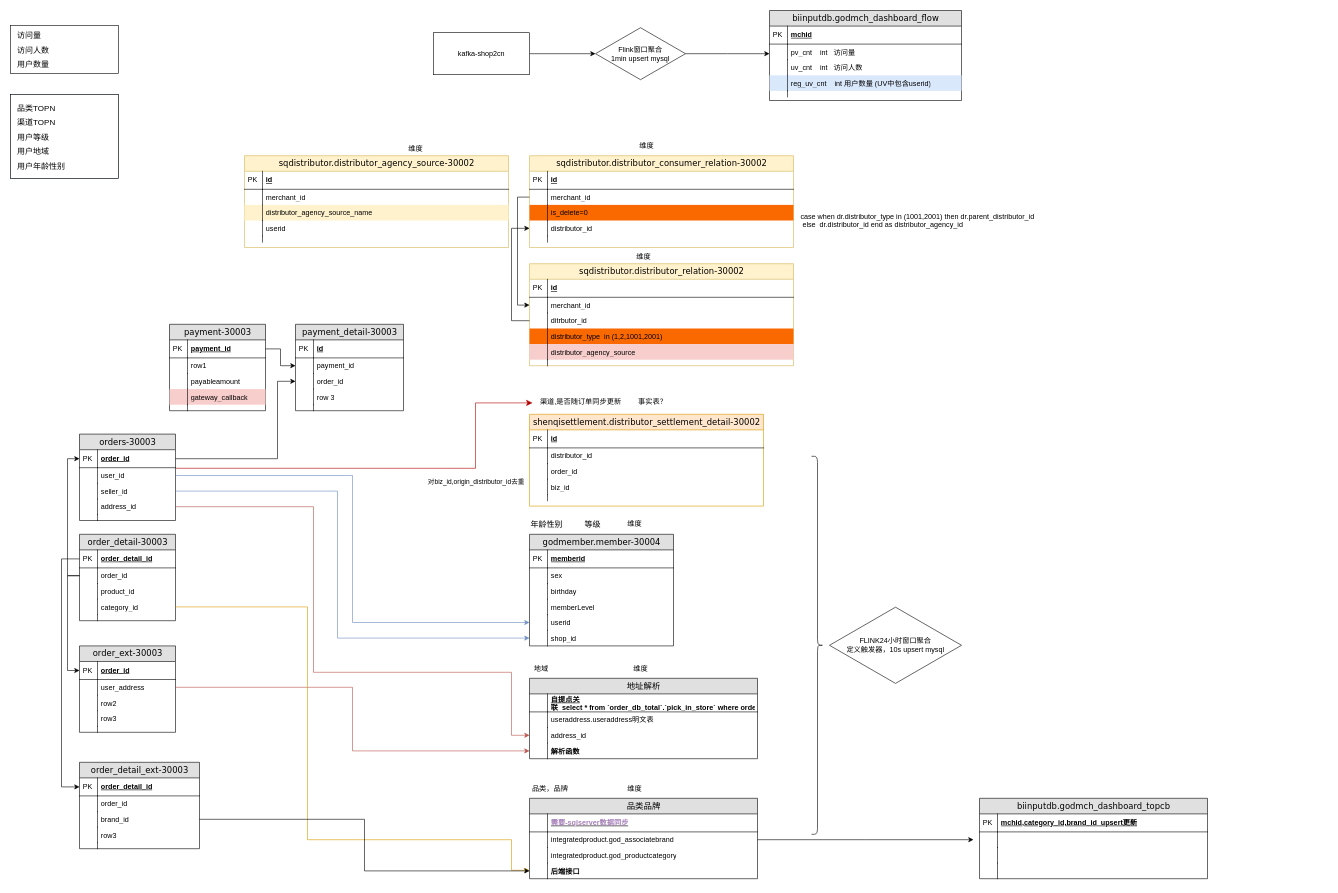
Earlier version of the draw.io diagram 未命名绘图.drawio (langfu54/BigData-Drawings). Source tidied: cells renumbered, new cells numbered last; positions are measured from the earlier drawing's top-left corner, leaving out a move shared by most shapes. Both pictures are drawn from the tidied source at 60%, with x=0, y=0 at pixel (10, 10).
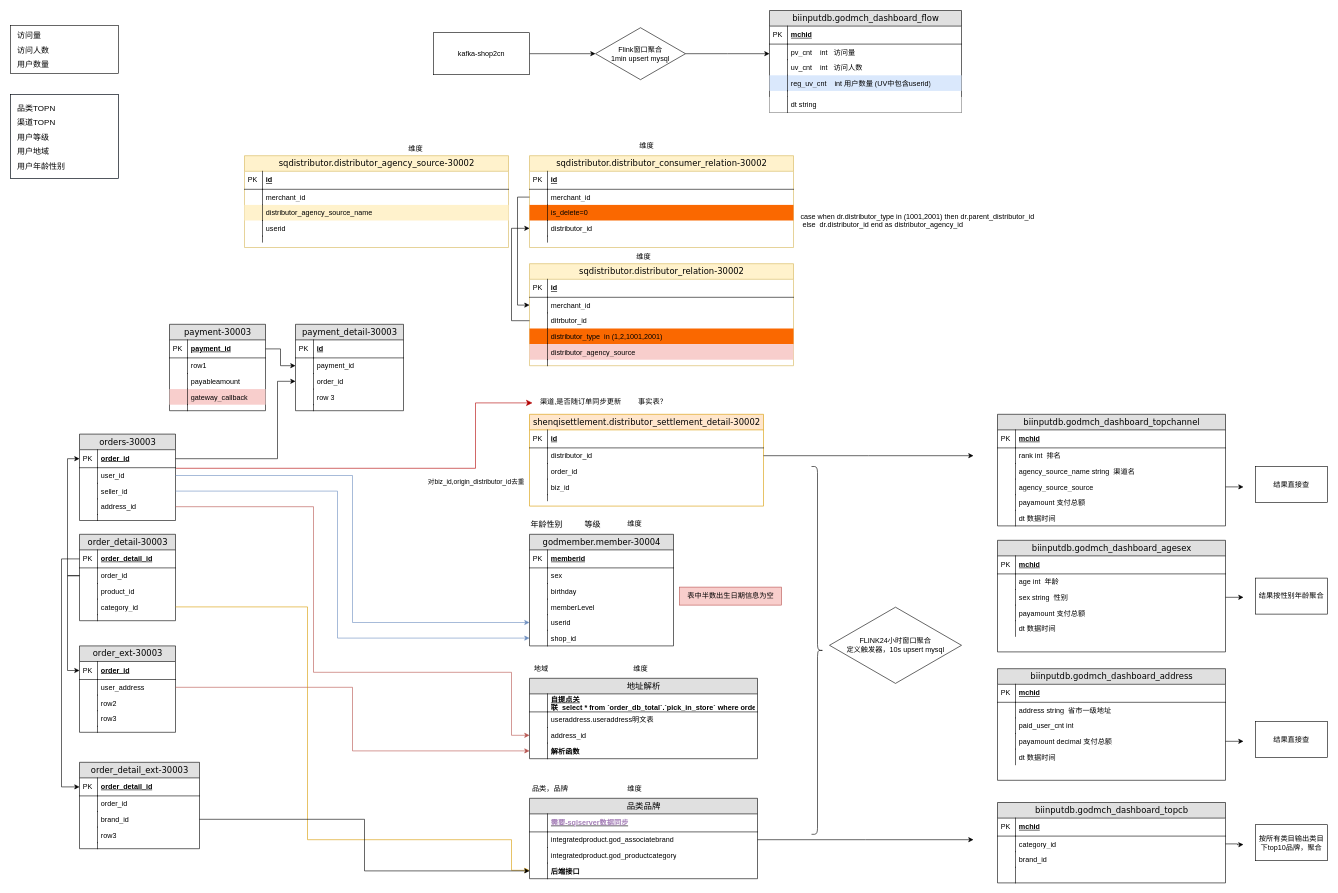
Above is the later version.

Commit message (it also covers changes not shown here):
更新未命名绘图.drawio

The change refers to these unchanged cells:
```xml
<mxCell id="69" value="distributor_id" style="shape=partialRectangle;top=0;left=0;right=0;bottom=0;html=1;align=left;verticalAlign=top;fillColor=none;spacingLeft=34;spacingRight=4;whiteSpace=wrap;overflow=hidden;points=[[0,0.5],[1,0.5]];portConstraint=eastwest;" parent="66" vertex="1">
  <mxGeometry y="56" width="390" height="26" as="geometry" />
</mxCell>
```

Change to the diagram source:
```diff
@@
     <mxCell id="19" value="biinputdb.godmch_dashboard_flow" style="swimlane;html=1;fontStyle=0;horizontal=1;startSize=26;fillColor=#e0e0e0;swimlaneFillColor=#ffffff;align=center;rounded=0;shadow=0;comic=0;labelBackgroundColor=none;strokeWidth=1;fontFamily=Verdana;fontSize=14;swimlaneLine=1;" parent="1" vertex="1">
-      <mxGeometry x="1265" width="320" height="150" as="geometry" />
+      <mxGeometry x="1265" width="320" height="170" as="geometry" />
     </mxCell>
@@
+    <mxCell id="207" value="dt string&amp;nbsp;" style="shape=partialRectangle;top=0;left=0;right=0;bottom=0;html=1;align=left;verticalAlign=top;spacingLeft=34;spacingRight=4;whiteSpace=wrap;overflow=hidden;" parent="19" vertex="1">
+      <mxGeometry y="144" width="320" height="26" as="geometry" />
+    </mxCell>
+    <mxCell id="208" style="shape=partialRectangle;top=0;left=0;bottom=0;html=1;fillColor=none;align=left;verticalAlign=top;spacingLeft=4;spacingRight=4;whiteSpace=wrap;overflow=hidden;" parent="207" vertex="1">
+      <mxGeometry width="30" height="26" as="geometry" />
+    </mxCell>
@@
     <mxCell id="146" style="shape=curlyBracket;whiteSpace=wrap;html=1;rounded=1;flipH=1;labelPosition=right;verticalLabelPosition=middle;align=left;verticalAlign=middle;fontColor=#A680B8;" parent="1" vertex="1">
-      <mxGeometry x="1335" y="743" width="20" height="630" as="geometry" />
+      <mxGeometry x="1335" y="760" width="20" height="613" as="geometry" />
     </mxCell>
@@
     <mxCell id="152" value="biinputdb.godmch_dashboard_topcb" style="swimlane;html=1;fontStyle=0;horizontal=1;startSize=26;fillColor=#e0e0e0;swimlaneFillColor=#ffffff;align=center;rounded=0;shadow=0;comic=0;labelBackgroundColor=none;strokeWidth=1;fontFamily=Verdana;fontSize=14;" parent="1" vertex="1">
-      <mxGeometry x="1615" y="1313" width="380" height="134" as="geometry" />
+      <mxGeometry x="1645" y="1320" width="380" height="134" as="geometry" />
     </mxCell>
-    <mxCell id="153" value="mchid,category_id,brand_id&amp;nbsp; upsert更新" style="shape=partialRectangle;top=0;left=0;right=0;bottom=1;html=1;align=left;verticalAlign=middle;fillColor=none;spacingLeft=34;spacingRight=4;whiteSpace=wrap;overflow=hidden;fontStyle=5;" parent="152" vertex="1">
+    <mxCell id="153" value="mchid" style="shape=partialRectangle;top=0;left=0;right=0;bottom=1;html=1;align=left;verticalAlign=middle;fillColor=none;spacingLeft=34;spacingRight=4;whiteSpace=wrap;overflow=hidden;fontStyle=5;" parent="152" vertex="1">
       <mxGeometry y="26" width="380" height="30" as="geometry" />
     </mxCell>
@@
-    <mxCell id="155" style="shape=partialRectangle;top=0;left=0;right=0;bottom=0;html=1;align=left;verticalAlign=top;fillColor=none;spacingLeft=34;spacingRight=4;whiteSpace=wrap;overflow=hidden;points=[[0,0.5],[1,0.5]];portConstraint=eastwest;" parent="152" vertex="1">
+    <mxCell id="155" value="category_id&amp;nbsp;" style="shape=partialRectangle;top=0;left=0;right=0;bottom=0;html=1;align=left;verticalAlign=top;fillColor=none;spacingLeft=34;spacingRight=4;whiteSpace=wrap;overflow=hidden;points=[[0,0.5],[1,0.5]];portConstraint=eastwest;" parent="152" vertex="1">
       <mxGeometry y="56" width="380" height="26" as="geometry" />
     </mxCell>
@@
-    <mxCell id="157" style="shape=partialRectangle;top=0;left=0;right=0;bottom=0;html=1;align=left;verticalAlign=top;fillColor=none;spacingLeft=34;spacingRight=4;whiteSpace=wrap;overflow=hidden;" parent="152" vertex="1">
+    <mxCell id="157" value="brand_id" style="shape=partialRectangle;top=0;left=0;right=0;bottom=0;html=1;align=left;verticalAlign=top;fillColor=none;spacingLeft=34;spacingRight=4;whiteSpace=wrap;overflow=hidden;" parent="152" vertex="1">
       <mxGeometry y="82" width="380" height="26" as="geometry" />
     </mxCell>
@@
+    <mxCell id="209" value="biinputdb.godmch_dashboard_topchannel" style="swimlane;html=1;fontStyle=0;horizontal=1;startSize=26;fillColor=#e0e0e0;swimlaneFillColor=#ffffff;align=center;rounded=0;shadow=0;comic=0;labelBackgroundColor=none;strokeWidth=1;fontFamily=Verdana;fontSize=14;" parent="1" vertex="1">
+      <mxGeometry x="1645" y="673" width="380" height="186" as="geometry" />
+    </mxCell>
+    <mxCell id="210" value="mchid" style="shape=partialRectangle;top=0;left=0;right=0;bottom=1;html=1;align=left;verticalAlign=middle;fillColor=none;spacingLeft=34;spacingRight=4;whiteSpace=wrap;overflow=hidden;fontStyle=5;" parent="209" vertex="1">
+      <mxGeometry y="26" width="380" height="30" as="geometry" />
+    </mxCell>
+    <mxCell id="211" value="PK" style="shape=partialRectangle;top=0;left=0;bottom=0;html=1;fillColor=none;align=left;verticalAlign=middle;spacingLeft=4;spacingRight=4;whiteSpace=wrap;overflow=hidden;" parent="210" vertex="1">
+      <mxGeometry width="30" height="30" as="geometry" />
+    </mxCell>
+    <mxCell id="212" value="rank int&amp;nbsp; 排名" style="shape=partialRectangle;top=0;left=0;right=0;bottom=0;html=1;align=left;verticalAlign=top;fillColor=none;spacingLeft=34;spacingRight=4;whiteSpace=wrap;overflow=hidden;" parent="209" vertex="1">
+      <mxGeometry y="56" width="380" height="26" as="geometry" />
+    </mxCell>
+    <mxCell id="213" style="shape=partialRectangle;top=0;left=0;bottom=0;html=1;fillColor=none;align=left;verticalAlign=top;spacingLeft=4;spacingRight=4;whiteSpace=wrap;overflow=hidden;" parent="212" vertex="1">
+      <mxGeometry width="30" height="26" as="geometry" />
+    </mxCell>
+    <mxCell id="214" value="agency_source_name string&amp;nbsp; 渠道名" style="shape=partialRectangle;top=0;left=0;right=0;bottom=0;html=1;align=left;verticalAlign=top;fillColor=none;spacingLeft=34;spacingRight=4;whiteSpace=wrap;overflow=hidden;" parent="209" vertex="1">
+      <mxGeometry y="82" width="380" height="26" as="geometry" />
+    </mxCell>
+    <mxCell id="215" style="shape=partialRectangle;top=0;left=0;bottom=0;html=1;fillColor=none;align=left;verticalAlign=top;spacingLeft=4;spacingRight=4;whiteSpace=wrap;overflow=hidden;" parent="214" vertex="1">
+      <mxGeometry width="30" height="26" as="geometry" />
+    </mxCell>
+    <mxCell id="216" value="agency_source_source&amp;nbsp;" style="shape=partialRectangle;top=0;left=0;right=0;bottom=0;html=1;align=left;verticalAlign=top;fillColor=none;spacingLeft=34;spacingRight=4;whiteSpace=wrap;overflow=hidden;points=[[0,0.5],[1,0.5]];portConstraint=eastwest;" parent="209" vertex="1">
+      <mxGeometry y="108" width="380" height="26" as="geometry" />
+    </mxCell>
+    <mxCell id="217" style="shape=partialRectangle;top=0;left=0;bottom=0;html=1;fillColor=none;align=left;verticalAlign=top;spacingLeft=4;spacingRight=4;whiteSpace=wrap;overflow=hidden;" parent="216" vertex="1">
+      <mxGeometry width="30" height="26" as="geometry" />
+    </mxCell>
+    <mxCell id="218" value="payamount 支付总额" style="shape=partialRectangle;top=0;left=0;right=0;bottom=0;html=1;align=left;verticalAlign=top;fillColor=none;spacingLeft=34;spacingRight=4;whiteSpace=wrap;overflow=hidden;" parent="209" vertex="1">
+      <mxGeometry y="134" width="380" height="26" as="geometry" />
+    </mxCell>
+    <mxCell id="219" style="shape=partialRectangle;top=0;left=0;bottom=0;html=1;fillColor=none;align=left;verticalAlign=top;spacingLeft=4;spacingRight=4;whiteSpace=wrap;overflow=hidden;" parent="218" vertex="1">
+      <mxGeometry width="30" height="26" as="geometry" />
+    </mxCell>
+    <mxCell id="220" value="dt 数据时间" style="shape=partialRectangle;top=0;left=0;right=0;bottom=0;html=1;align=left;verticalAlign=top;fillColor=none;spacingLeft=34;spacingRight=4;whiteSpace=wrap;overflow=hidden;" parent="209" vertex="1">
+      <mxGeometry y="160" width="380" height="26" as="geometry" />
+    </mxCell>
+    <mxCell id="221" style="shape=partialRectangle;top=0;left=0;bottom=0;html=1;fillColor=none;align=left;verticalAlign=top;spacingLeft=4;spacingRight=4;whiteSpace=wrap;overflow=hidden;" parent="220" vertex="1">
+      <mxGeometry width="30" height="26" as="geometry" />
+    </mxCell>
+    <mxCell id="222" style="edgeStyle=orthogonalEdgeStyle;rounded=0;jettySize=auto;html=1;strokeWidth=1;fontColor=#000000;" parent="1" edge="1" source="69">
+      <mxGeometry relative="1" as="geometry">
+        <mxPoint x="1605" y="742" as="targetPoint" />
+      </mxGeometry>
+    </mxCell>
+    <mxCell id="223" value="biinputdb.godmch_dashboard_agesex" style="swimlane;html=1;fontStyle=0;horizontal=1;startSize=26;fillColor=#e0e0e0;swimlaneFillColor=#ffffff;align=center;rounded=0;shadow=0;comic=0;labelBackgroundColor=none;strokeWidth=1;fontFamily=Verdana;fontSize=14;" parent="1" vertex="1">
+      <mxGeometry x="1645" y="883" width="380" height="186" as="geometry" />
+    </mxCell>
+    <mxCell id="224" value="mchid" style="shape=partialRectangle;top=0;left=0;right=0;bottom=1;html=1;align=left;verticalAlign=middle;fillColor=none;spacingLeft=34;spacingRight=4;whiteSpace=wrap;overflow=hidden;fontStyle=5;" parent="223" vertex="1">
+      <mxGeometry y="26" width="380" height="30" as="geometry" />
+    </mxCell>
+    <mxCell id="225" value="PK" style="shape=partialRectangle;top=0;left=0;bottom=0;html=1;fillColor=none;align=left;verticalAlign=middle;spacingLeft=4;spacingRight=4;whiteSpace=wrap;overflow=hidden;" parent="224" vertex="1">
+      <mxGeometry width="30" height="30" as="geometry" />
+    </mxCell>
+    <mxCell id="226" value="age int&amp;nbsp; 年龄" style="shape=partialRectangle;top=0;left=0;right=0;bottom=0;html=1;align=left;verticalAlign=top;fillColor=none;spacingLeft=34;spacingRight=4;whiteSpace=wrap;overflow=hidden;" parent="223" vertex="1">
+      <mxGeometry y="56" width="380" height="26" as="geometry" />
+    </mxCell>
+    <mxCell id="227" style="shape=partialRectangle;top=0;left=0;bottom=0;html=1;fillColor=none;align=left;verticalAlign=top;spacingLeft=4;spacingRight=4;whiteSpace=wrap;overflow=hidden;" parent="226" vertex="1">
+      <mxGeometry width="30" height="26" as="geometry" />
+    </mxCell>
+    <mxCell id="228" value="sex string&amp;nbsp; 性别" style="shape=partialRectangle;top=0;left=0;right=0;bottom=0;html=1;align=left;verticalAlign=top;fillColor=none;spacingLeft=34;spacingRight=4;whiteSpace=wrap;overflow=hidden;points=[[0,0.5],[1,0.5]];portConstraint=eastwest;" parent="223" vertex="1">
+      <mxGeometry y="82" width="380" height="26" as="geometry" />
+    </mxCell>
+    <mxCell id="229" style="shape=partialRectangle;top=0;left=0;bottom=0;html=1;fillColor=none;align=left;verticalAlign=top;spacingLeft=4;spacingRight=4;whiteSpace=wrap;overflow=hidden;" parent="228" vertex="1">
+      <mxGeometry width="30" height="26" as="geometry" />
+    </mxCell>
+    <mxCell id="230" value="payamount 支付总额" style="shape=partialRectangle;top=0;left=0;right=0;bottom=0;html=1;align=left;verticalAlign=top;fillColor=none;spacingLeft=34;spacingRight=4;whiteSpace=wrap;overflow=hidden;" parent="223" vertex="1">
+      <mxGeometry y="108" width="380" height="26" as="geometry" />
+    </mxCell>
+    <mxCell id="231" style="shape=partialRectangle;top=0;left=0;bottom=0;html=1;fillColor=none;align=left;verticalAlign=top;spacingLeft=4;spacingRight=4;whiteSpace=wrap;overflow=hidden;" parent="230" vertex="1">
+      <mxGeometry width="30" height="26" as="geometry" />
+    </mxCell>
+    <mxCell id="232" value="dt 数据时间" style="shape=partialRectangle;top=0;left=0;right=0;bottom=0;html=1;align=left;verticalAlign=top;fillColor=none;spacingLeft=34;spacingRight=4;whiteSpace=wrap;overflow=hidden;" parent="223" vertex="1">
+      <mxGeometry y="134" width="380" height="26" as="geometry" />
+    </mxCell>
+    <mxCell id="233" style="shape=partialRectangle;top=0;left=0;bottom=0;html=1;fillColor=none;align=left;verticalAlign=top;spacingLeft=4;spacingRight=4;whiteSpace=wrap;overflow=hidden;" parent="232" vertex="1">
+      <mxGeometry width="30" height="26" as="geometry" />
+    </mxCell>
+    <mxCell id="234" value="表中半数出生日期信息为空" style="text;html=1;align=center;verticalAlign=middle;strokeColor=#b85450;fillColor=#f8cecc;" parent="1" vertex="1">
+      <mxGeometry x="1115" y="961" width="170" height="30" as="geometry" />
+    </mxCell>
+    <mxCell id="235" value="biinputdb.godmch_dashboard_address" style="swimlane;html=1;fontStyle=0;horizontal=1;startSize=26;fillColor=#e0e0e0;swimlaneFillColor=#ffffff;align=center;rounded=0;shadow=0;comic=0;labelBackgroundColor=none;strokeWidth=1;fontFamily=Verdana;fontSize=14;" parent="1" vertex="1">
+      <mxGeometry x="1645" y="1097" width="380" height="186" as="geometry" />
+    </mxCell>
+    <mxCell id="236" value="mchid" style="shape=partialRectangle;top=0;left=0;right=0;bottom=1;html=1;align=left;verticalAlign=middle;fillColor=none;spacingLeft=34;spacingRight=4;whiteSpace=wrap;overflow=hidden;fontStyle=5;" parent="235" vertex="1">
+      <mxGeometry y="26" width="380" height="30" as="geometry" />
+    </mxCell>
+    <mxCell id="237" value="PK" style="shape=partialRectangle;top=0;left=0;bottom=0;html=1;fillColor=none;align=left;verticalAlign=middle;spacingLeft=4;spacingRight=4;whiteSpace=wrap;overflow=hidden;" parent="236" vertex="1">
+      <mxGeometry width="30" height="30" as="geometry" />
+    </mxCell>
+    <mxCell id="238" value="address string&amp;nbsp; 省市一级地址" style="shape=partialRectangle;top=0;left=0;right=0;bottom=0;html=1;align=left;verticalAlign=top;fillColor=none;spacingLeft=34;spacingRight=4;whiteSpace=wrap;overflow=hidden;" parent="235" vertex="1">
+      <mxGeometry y="56" width="380" height="26" as="geometry" />
+    </mxCell>
+    <mxCell id="239" style="shape=partialRectangle;top=0;left=0;bottom=0;html=1;fillColor=none;align=left;verticalAlign=top;spacingLeft=4;spacingRight=4;whiteSpace=wrap;overflow=hidden;" parent="238" vertex="1">
+      <mxGeometry width="30" height="26" as="geometry" />
+    </mxCell>
+    <mxCell id="240" value="paid_user_cnt int" style="shape=partialRectangle;top=0;left=0;right=0;bottom=0;html=1;align=left;verticalAlign=top;fillColor=none;spacingLeft=34;spacingRight=4;whiteSpace=wrap;overflow=hidden;" parent="235" vertex="1">
+      <mxGeometry y="82" width="380" height="26" as="geometry" />
+    </mxCell>
+    <mxCell id="241" style="shape=partialRectangle;top=0;left=0;bottom=0;html=1;fillColor=none;align=left;verticalAlign=top;spacingLeft=4;spacingRight=4;whiteSpace=wrap;overflow=hidden;" parent="240" vertex="1">
+      <mxGeometry width="30" height="26" as="geometry" />
+    </mxCell>
+    <mxCell id="242" value="payamount decimal 支付总额" style="shape=partialRectangle;top=0;left=0;right=0;bottom=0;html=1;align=left;verticalAlign=top;fillColor=none;spacingLeft=34;spacingRight=4;whiteSpace=wrap;overflow=hidden;points=[[0,0.5],[1,0.5]];portConstraint=eastwest;" parent="235" vertex="1">
+      <mxGeometry y="108" width="380" height="26" as="geometry" />
+    </mxCell>
+    <mxCell id="243" style="shape=partialRectangle;top=0;left=0;bottom=0;html=1;fillColor=none;align=left;verticalAlign=top;spacingLeft=4;spacingRight=4;whiteSpace=wrap;overflow=hidden;" parent="242" vertex="1">
+      <mxGeometry width="30" height="26" as="geometry" />
+    </mxCell>
+    <mxCell id="244" value="dt 数据时间" style="shape=partialRectangle;top=0;left=0;right=0;bottom=0;html=1;align=left;verticalAlign=top;fillColor=none;spacingLeft=34;spacingRight=4;whiteSpace=wrap;overflow=hidden;" parent="235" vertex="1">
+      <mxGeometry y="134" width="380" height="26" as="geometry" />
+    </mxCell>
+    <mxCell id="245" style="shape=partialRectangle;top=0;left=0;bottom=0;html=1;fillColor=none;align=left;verticalAlign=top;spacingLeft=4;spacingRight=4;whiteSpace=wrap;overflow=hidden;" parent="244" vertex="1">
+      <mxGeometry width="30" height="26" as="geometry" />
+    </mxCell>
+    <mxCell id="246" style="edgeStyle=orthogonalEdgeStyle;rounded=0;jettySize=auto;html=1;exitX=1;exitY=0.5;exitDx=0;exitDy=0;strokeWidth=1;fontColor=#000000;" parent="1" edge="1" source="228">
+      <mxGeometry relative="1" as="geometry">
+        <mxPoint x="2055" y="978" as="targetPoint" />
+      </mxGeometry>
+    </mxCell>
+    <mxCell id="247" value="结果按性别年龄聚合" style="rounded=0;whiteSpace=wrap;html=1;fontColor=#000000;" parent="1" vertex="1">
+      <mxGeometry x="2075" y="946" width="120" height="60" as="geometry" />
+    </mxCell>
+    <mxCell id="248" value="结果直接查" style="rounded=0;whiteSpace=wrap;html=1;fontColor=#000000;" parent="1" vertex="1">
+      <mxGeometry x="2075" y="760" width="120" height="60" as="geometry" />
+    </mxCell>
+    <mxCell id="249" style="edgeStyle=orthogonalEdgeStyle;rounded=0;jettySize=auto;html=1;strokeWidth=1;fontColor=#000000;" parent="1" edge="1" source="216">
+      <mxGeometry relative="1" as="geometry">
+        <mxPoint x="2055" y="794" as="targetPoint" />
+      </mxGeometry>
+    </mxCell>
+    <mxCell id="250" style="edgeStyle=orthogonalEdgeStyle;rounded=0;jettySize=auto;html=1;exitX=1;exitY=0.5;exitDx=0;exitDy=0;strokeWidth=1;fontColor=#000000;" parent="1" edge="1" source="242">
+      <mxGeometry relative="1" as="geometry">
+        <mxPoint x="2055" y="1218" as="targetPoint" />
+      </mxGeometry>
+    </mxCell>
+    <mxCell id="251" value="结果直接查" style="rounded=0;whiteSpace=wrap;html=1;fontColor=#000000;" parent="1" vertex="1">
+      <mxGeometry x="2075" y="1185" width="120" height="60" as="geometry" />
+    </mxCell>
+    <mxCell id="252" style="edgeStyle=orthogonalEdgeStyle;rounded=0;jettySize=auto;html=1;strokeWidth=1;fontColor=#000000;" parent="1" edge="1" source="155">
+      <mxGeometry relative="1" as="geometry">
+        <mxPoint x="2055" y="1390" as="targetPoint" />
+      </mxGeometry>
+    </mxCell>
+    <mxCell id="253" value="按所有类目输出类目下top10品牌，聚合" style="rounded=0;whiteSpace=wrap;html=1;fontColor=#000000;" parent="1" vertex="1">
+      <mxGeometry x="2075" y="1357" width="120" height="60" as="geometry" />
+    </mxCell>
```
